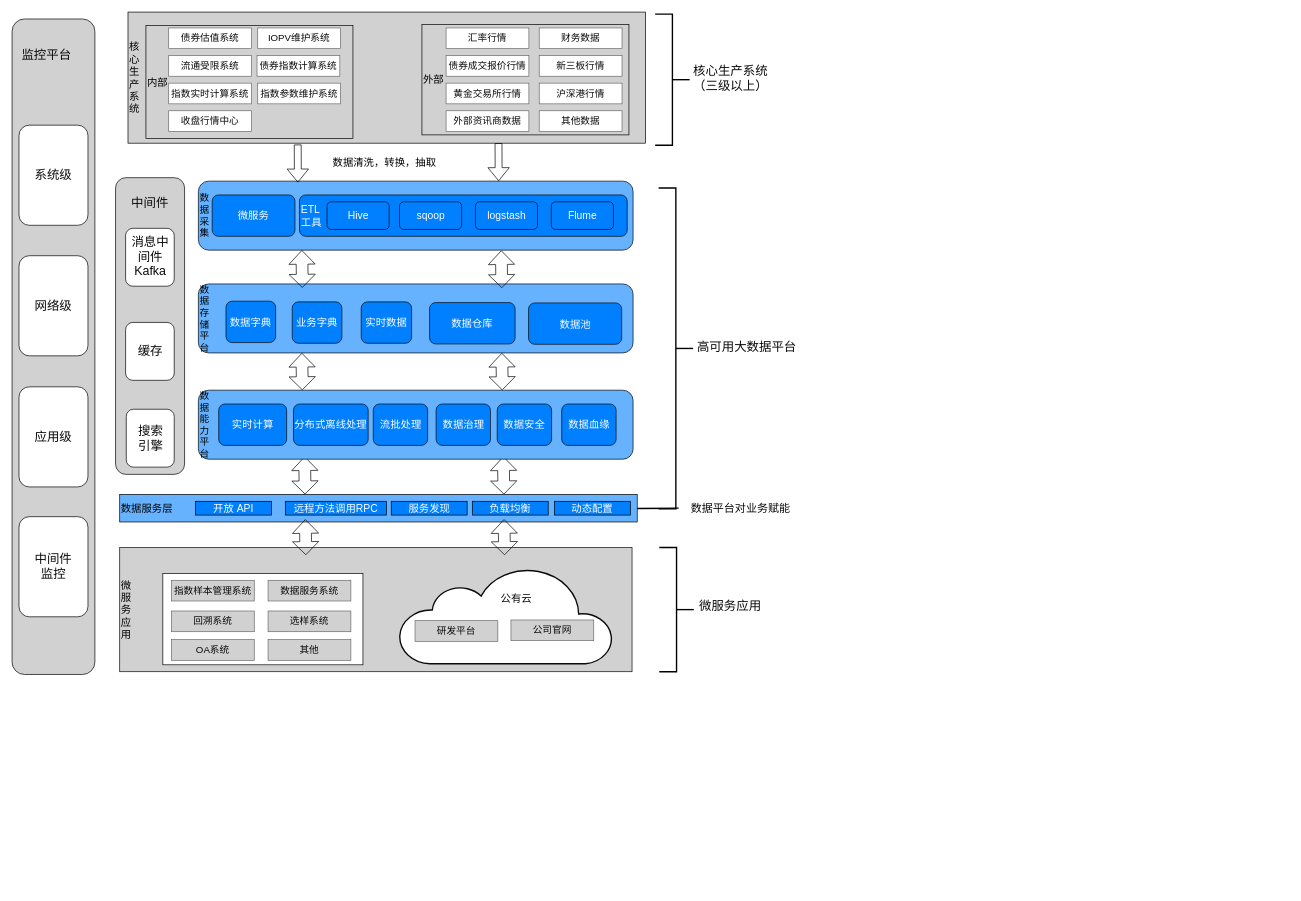
Earlier version of the draw.io diagram 1.drawio (nnk8899/bigData). Source tidied: cells renumbered, new cells numbered last; positions are measured from the earlier drawing's top-left corner, leaving out a move shared by most shapes. Both pictures are drawn from the tidied source at 69%, with x=0, y=0 at pixel (12, 12).
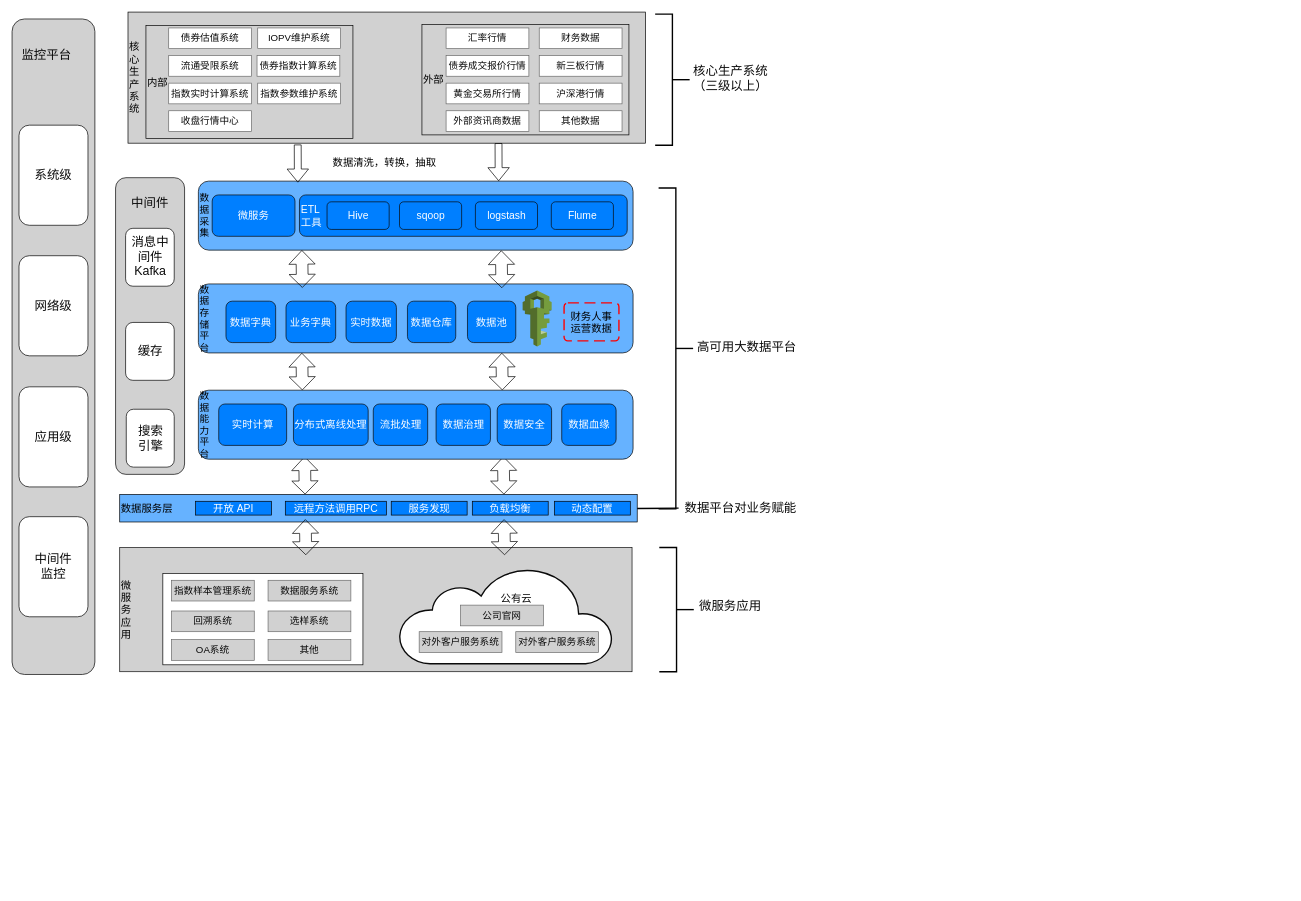
The same diagram, later.

The change refers to these unchanged cells:
```xml
<mxCell id="3" style="group;fillColor=#ffffff;" parent="1" vertex="1">
  <mxGeometry y="10" width="1850" height="950" as="geometry" />
</mxCell>
<mxCell id="14" style="group;" parent="3" vertex="1">
  <mxGeometry x="156" y="766" width="935" height="180" as="geometry" />
</mxCell>
<mxCell id="87" style="group;" parent="3" vertex="1">
  <mxGeometry x="270" y="384" width="630" height="100" as="geometry" />
</mxCell>
```

What changed in the source:
```diff
@@
-    <mxCell id="21" value="&lt;font color=&quot;#0a0a0a&quot; style=&quot;font-size: 14px&quot;&gt;研发平台&lt;/font&gt;" style="rounded=0;whiteSpace=wrap;html=1;strokeColor=#696969;strokeWidth=1;fontSize=14;fontColor=#FFFFFF;fillColor=#D1D1D1;" parent="14" vertex="1">
-      <mxGeometry x="428" y="106" width="120" height="30" as="geometry" />
+    <mxCell id="21" value="&lt;font color=&quot;#0a0a0a&quot;&gt;对外客户服务系统&lt;/font&gt;" style="rounded=0;whiteSpace=wrap;html=1;strokeColor=#696969;strokeWidth=1;fontSize=14;fontColor=#FFFFFF;fillColor=#D1D1D1;" parent="14" vertex="1">
+      <mxGeometry x="434" y="122" width="120" height="30" as="geometry" />
     </mxCell>
@@
     <mxCell id="28" value="&lt;font color=&quot;#0a0a0a&quot; style=&quot;font-size: 14px&quot;&gt;公司官网&lt;/font&gt;" style="rounded=0;whiteSpace=wrap;html=1;strokeColor=#696969;strokeWidth=1;fontSize=14;fontColor=#FFFFFF;fillColor=#D1D1D1;" parent="14" vertex="1">
-      <mxGeometry x="567" y="105" width="120" height="30" as="geometry" />
+      <mxGeometry x="494" y="83.5" width="120" height="30" as="geometry" />
     </mxCell>
+    <mxCell id="105" value="&lt;font color=&quot;#0a0a0a&quot;&gt;对外客户服务系统&lt;/font&gt;" style="rounded=0;whiteSpace=wrap;html=1;strokeColor=#696969;strokeWidth=1;fontSize=14;fontColor=#FFFFFF;fillColor=#D1D1D1;" parent="14" vertex="1">
+      <mxGeometry x="574" y="122" width="120" height="30" as="geometry" />
+    </mxCell>
@@
-    <mxCell id="82" value="&lt;font style=&quot;font-size: 16px&quot;&gt;数据平台对业务赋能&lt;/font&gt;" style="text;html=1;strokeColor=none;fillColor=none;align=center;verticalAlign=middle;whiteSpace=wrap;rounded=0;fontSize=15;opacity=0;fontColor=#0A0A0A;" parent="3" vertex="1">
+    <mxCell id="82" value="&lt;font style=&quot;font-size: 18px&quot;&gt;数据平台对业务赋能&lt;/font&gt;" style="text;html=1;strokeColor=none;fillColor=none;align=center;verticalAlign=middle;whiteSpace=wrap;rounded=0;fontSize=15;opacity=0;fontColor=#0A0A0A;" parent="3" vertex="1">
       <mxGeometry x="961" y="694" width="190" height="30" as="geometry" />
     </mxCell>
@@
     <mxCell id="89" value="数据仓库" style="rounded=1;whiteSpace=wrap;html=1;strokeColor=#0A0A0A;strokeWidth=1;fillColor=#007FFF;fontColor=#FFFFFF;fontSize=15;" parent="87" vertex="1">
-      <mxGeometry x="335" y="27" width="124" height="60" as="geometry" />
+      <mxGeometry x="303" y="25" width="70" height="60" as="geometry" />
     </mxCell>
     <mxCell id="90" value="数据池" style="rounded=1;whiteSpace=wrap;html=1;strokeColor=#0A0A0A;strokeWidth=1;fillColor=#007FFF;fontColor=#FFFFFF;fontSize=15;" parent="87" vertex="1">
-      <mxGeometry x="478.5" y="27.5" width="135" height="60" as="geometry" />
+      <mxGeometry x="390" y="25" width="70" height="60" as="geometry" />
     </mxCell>
@@
     <mxCell id="92" value="业务字典" style="rounded=1;whiteSpace=wrap;html=1;strokeColor=#0A0A0A;strokeWidth=1;fillColor=#007FFF;fontColor=#FFFFFF;fontSize=15;" parent="87" vertex="1">
-      <mxGeometry x="136" y="26" width="72" height="60" as="geometry" />
+      <mxGeometry x="127" y="25" width="72" height="60" as="geometry" />
     </mxCell>
     <mxCell id="93" value="实时数据" style="rounded=1;whiteSpace=wrap;html=1;strokeColor=#0A0A0A;strokeWidth=1;fillColor=#007FFF;fontColor=#FFFFFF;fontSize=15;" parent="87" vertex="1">
-      <mxGeometry x="236" y="26" width="73" height="60" as="geometry" />
+      <mxGeometry x="214" y="25" width="73" height="60" as="geometry" />
     </mxCell>
+    <mxCell id="106" value="财务人事&#10;运营数据" style="rounded=1;arcSize=10;dashed=1;strokeColor=#ff0000;fillColor=none;gradientColor=none;dashPattern=8 4;strokeWidth=2;fontSize=15;" parent="87" vertex="1">
+      <mxGeometry x="530" y="27.5" width="79.5" height="55" as="geometry" />
+    </mxCell>
+    <mxCell id="107" style="dashed=0;verticalLabelPosition=bottom;verticalAlign=top;align=center;html=1;shape=mxgraph.aws3.iam;fillColor=#759C3E;gradientColor=none;fontSize=15;" parent="87" vertex="1">
+      <mxGeometry x="470" y="9.5" width="42" height="81" as="geometry" />
+    </mxCell>
```
